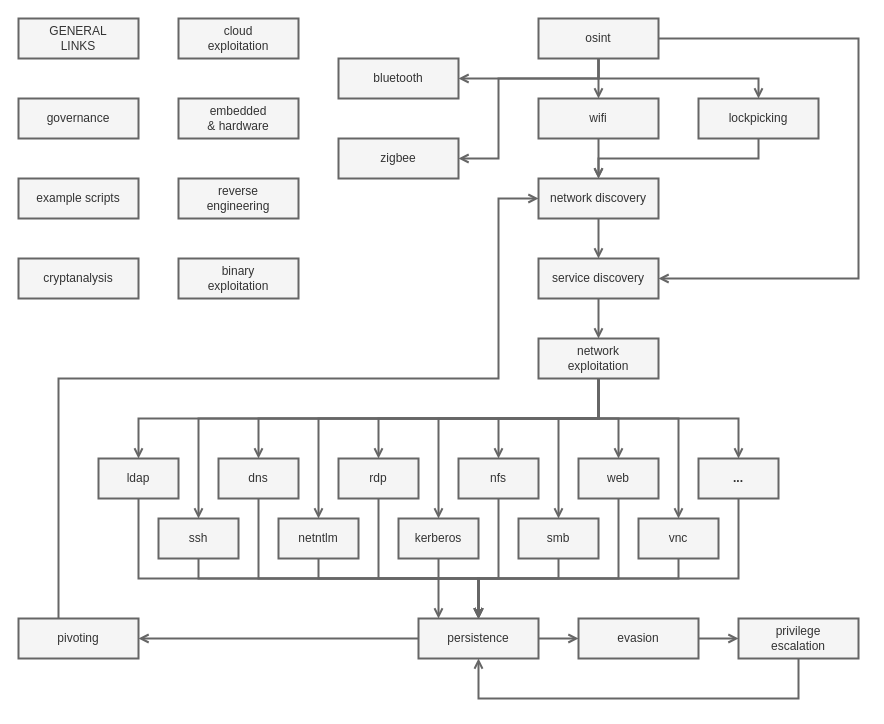
Above: posts/notes/pwn/tree.drawio in 0b11stan/blog (draw.io), before the change. Source tidied: cells renumbered, new cells numbered last; positions are measured from the earlier drawing's top-left corner, leaving out a move shared by most shapes. Both pictures are drawn from the tidied source at 100%, with x=0, y=0 at pixel (18, 18).
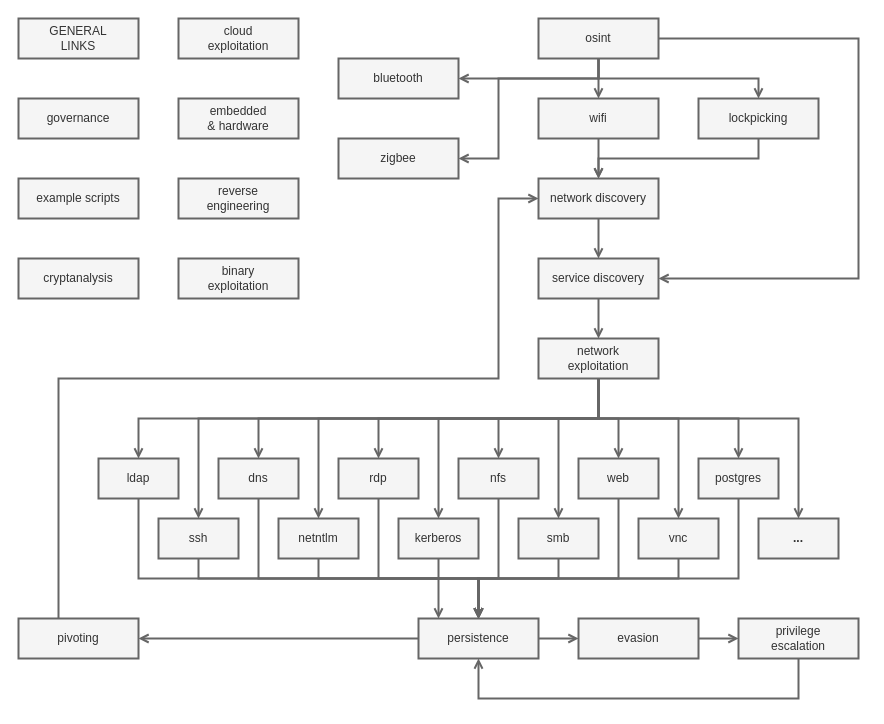
Above is the later version.

Unchanged cells that the change refers to:
```xml
<mxCell id="59" value="network&lt;br&gt;exploitation" style="rounded=0;whiteSpace=wrap;html=1;fillColor=#f5f5f5;fontColor=#333333;strokeColor=#666666;strokeWidth=2;" parent="1" vertex="1">
  <mxGeometry x="520" y="320" width="120" height="40" as="geometry" />
</mxCell>
```

Change to the diagram source:
```diff
@@
+    <mxCell id="69" style="edgeStyle=orthogonalEdgeStyle;rounded=0;jettySize=auto;html=1;fillColor=#f5f5f5;strokeColor=#666666;endArrow=open;endFill=0;strokeWidth=2;" parent="1" edge="1" source="59" target="70">
+      <mxGeometry relative="1" as="geometry">
+        <Array as="points">
+          <mxPoint x="580" y="400" />
+          <mxPoint x="780" y="400" />
+        </Array>
+      </mxGeometry>
+    </mxCell>
@@
-    <mxCell id="68" value="&lt;b&gt;...&lt;/b&gt;" style="rounded=0;whiteSpace=wrap;html=1;fillColor=#f5f5f5;fontColor=#333333;strokeColor=#666666;strokeWidth=2;" parent="1" vertex="1">
+    <mxCell id="68" value="postgres" style="rounded=0;whiteSpace=wrap;html=1;fillColor=#f5f5f5;fontColor=#333333;strokeColor=#666666;strokeWidth=2;" parent="1" vertex="1">
       <mxGeometry x="680" y="440" width="80" height="40" as="geometry" />
     </mxCell>
+    <mxCell id="70" value="&lt;b&gt;...&lt;/b&gt;" style="rounded=0;whiteSpace=wrap;html=1;fillColor=#f5f5f5;fontColor=#333333;strokeColor=#666666;strokeWidth=2;" parent="1" vertex="1">
+      <mxGeometry x="740" y="500" width="80" height="40" as="geometry" />
+    </mxCell>
```
